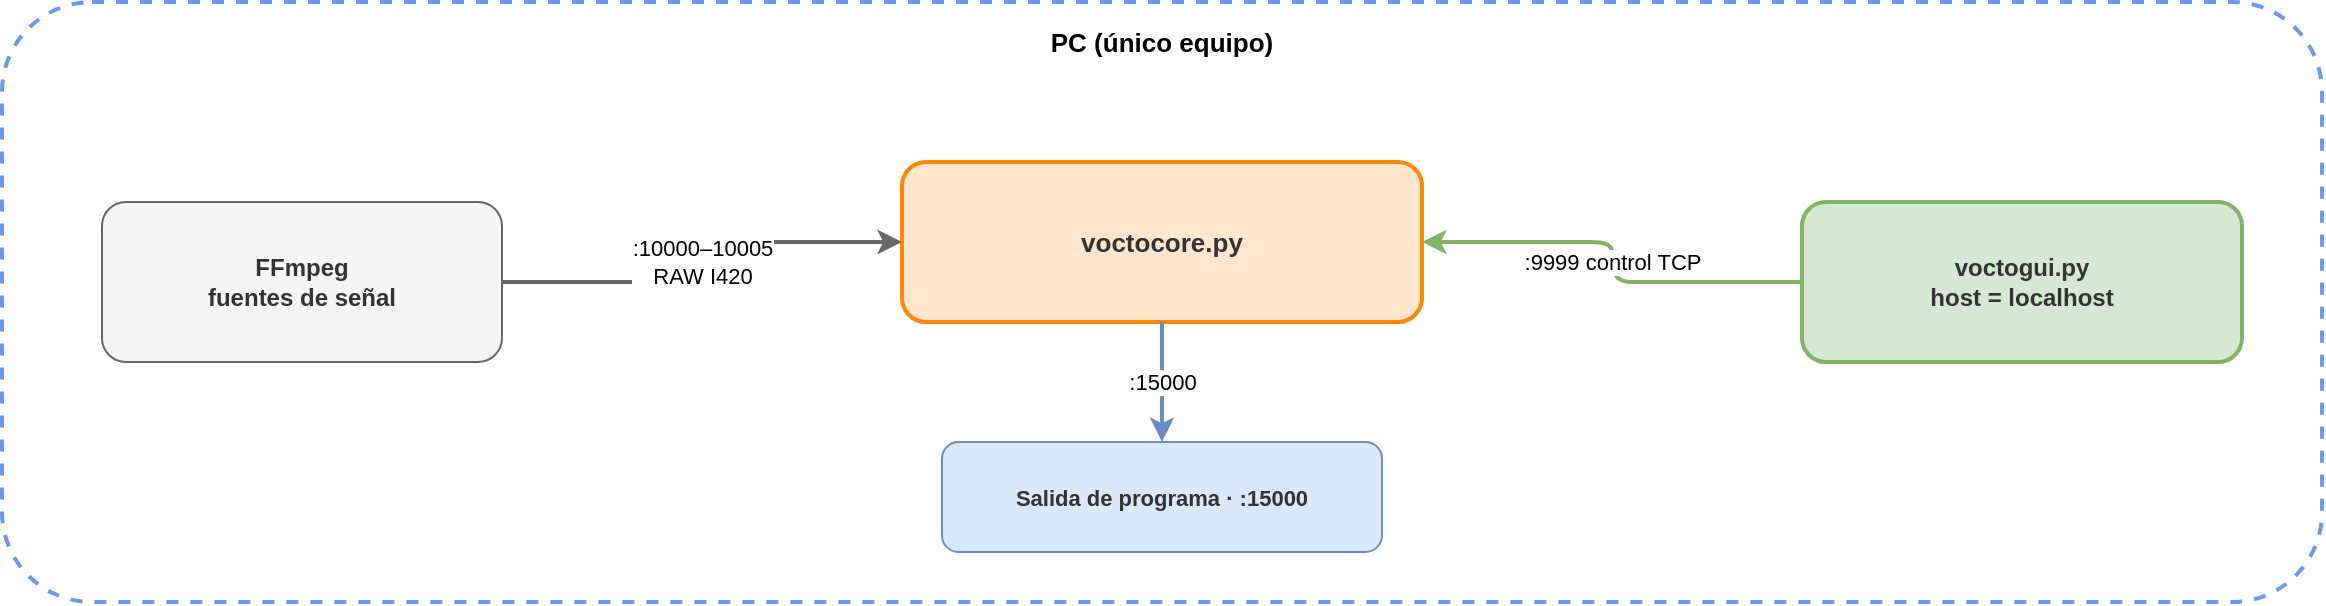
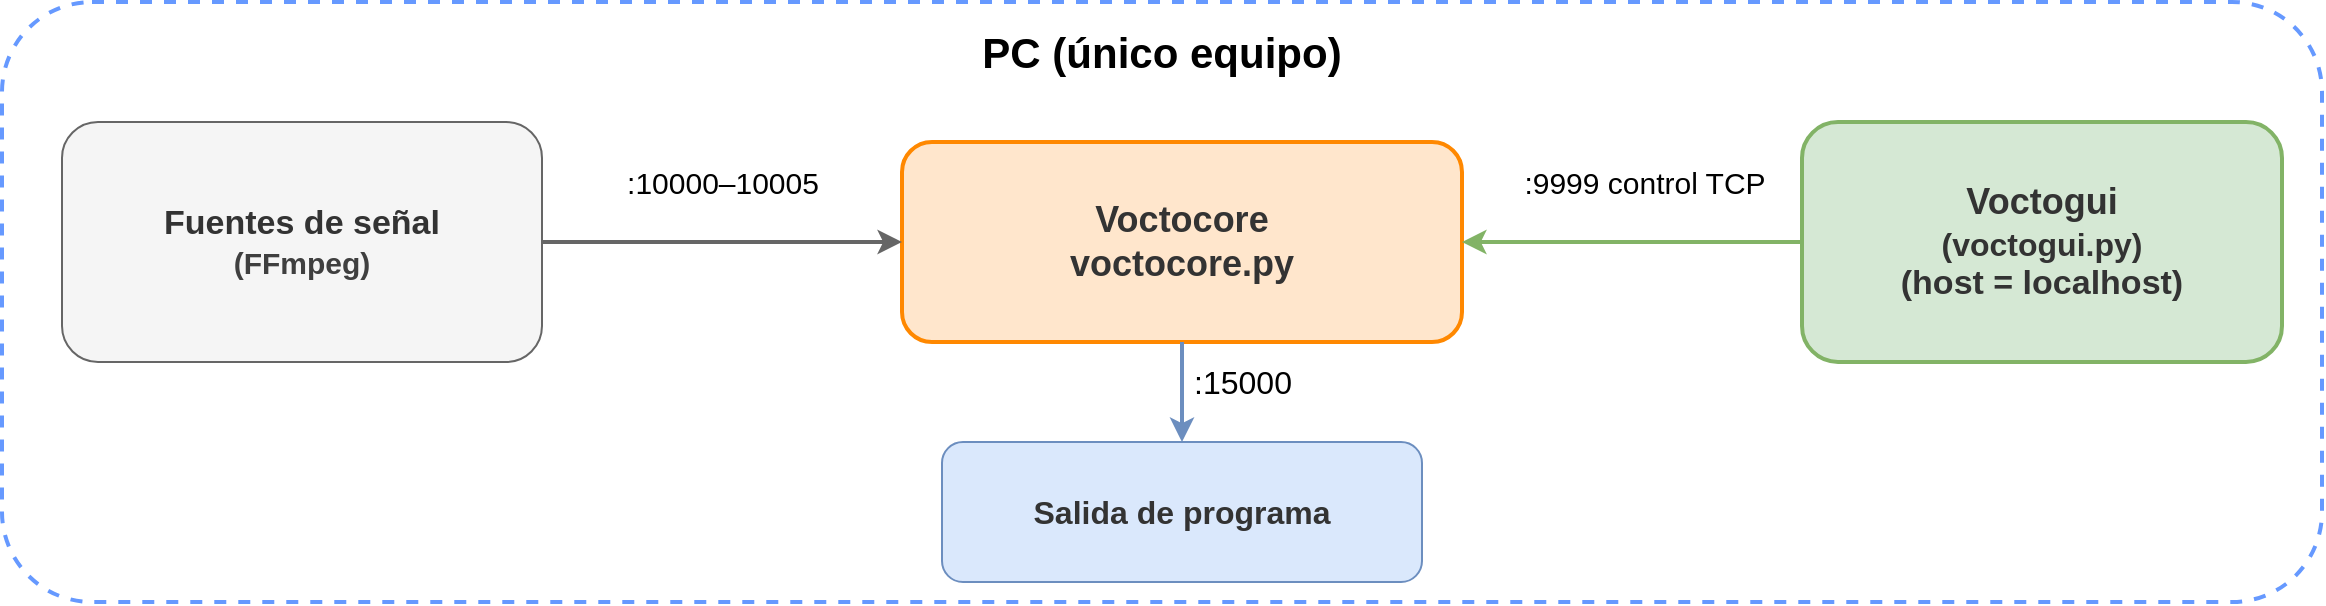
- <mxfile host="app.diagrams.net">
-   <diagram id="escenario_1pc" name="Escenario 1 PC">
-     <mxGraphModel dx="1200" dy="380" grid="1" gridSize="10" guides="1" tooltips="1" connect="1" arrows="1" fold="1" page="1" pageScale="1" pageWidth="1200" pageHeight="340" math="0" shadow="0">
-       <root>
-         <mxCell id="0"/>
-         <mxCell id="1" parent="0"/>
- 
-         <!-- PC container -->
-         <mxCell id="pc" value="PC (único equipo)" style="rounded=1;whiteSpace=wrap;html=1;fillColor=none;strokeColor=#6699FF;strokeWidth=2;dashed=1;fontSize=13;fontStyle=1;verticalAlign=top;spacingTop=6;align=center;" vertex="1" parent="1">
-           <mxGeometry x="20" y="20" width="1160" height="300" as="geometry"/>
-         </mxCell>
- 
-         <!-- FFmpeg sources -->
-         <mxCell id="ffmpeg" value="FFmpeg&#xa;fuentes de señal" style="rounded=1;whiteSpace=wrap;html=1;fillColor=#f5f5f5;strokeColor=#666666;fontColor=#333333;fontSize=12;fontStyle=1;" vertex="1" parent="1">
-           <mxGeometry x="70" y="120" width="200" height="80" as="geometry"/>
-         </mxCell>
- 
-         <!-- voctocore -->
-         <mxCell id="voctocore" value="voctocore.py" style="rounded=1;whiteSpace=wrap;html=1;fillColor=#FFE6CC;strokeColor=#FF8800;fontColor=#333333;fontSize=13;fontStyle=1;strokeWidth=2;" vertex="1" parent="1">
-           <mxGeometry x="470" y="100" width="260" height="80" as="geometry"/>
-         </mxCell>
- 
-         <!-- output -->
-         <mxCell id="output" value="Salida de programa · :15000" style="rounded=1;whiteSpace=wrap;html=1;fillColor=#dae8fc;strokeColor=#6c8ebf;fontColor=#333333;fontSize=11;fontStyle=1;" vertex="1" parent="1">
-           <mxGeometry x="490" y="240" width="220" height="55" as="geometry"/>
-         </mxCell>
- 
-         <!-- voctogui -->
-         <mxCell id="voctogui" value="voctogui.py&#xa;host = localhost" style="rounded=1;whiteSpace=wrap;html=1;fillColor=#d5e8d4;strokeColor=#82b366;fontColor=#333333;fontSize=12;fontStyle=1;strokeWidth=2;" vertex="1" parent="1">
-           <mxGeometry x="920" y="120" width="220" height="80" as="geometry"/>
-         </mxCell>
- 
-         <!-- Arrow: FFmpeg → voctocore -->
-         <mxCell id="a1" value=":10000–10005&#xa;RAW I420" style="edgeStyle=orthogonalEdgeStyle;html=1;fontSize=11;strokeWidth=2;strokeColor=#666666;exitX=1;exitY=0.5;exitDx=0;exitDy=0;entryX=0;entryY=0.5;entryDx=0;entryDy=0;" edge="1" source="ffmpeg" target="voctocore" parent="1">
-           <mxGeometry relative="1" as="geometry"/>
-         </mxCell>
- 
-         <!-- Arrow: voctocore → output -->
-         <mxCell id="a2" value=":15000" style="edgeStyle=orthogonalEdgeStyle;html=1;fontSize=11;strokeWidth=2;strokeColor=#6c8ebf;exitX=0.5;exitY=1;exitDx=0;exitDy=0;entryX=0.5;entryY=0;entryDx=0;entryDy=0;" edge="1" source="voctocore" target="output" parent="1">
-           <mxGeometry relative="1" as="geometry"/>
-         </mxCell>
- 
-         <!-- Arrow: voctogui ↔ voctocore (control) -->
-         <mxCell id="a3" value=":9999 control TCP" style="edgeStyle=orthogonalEdgeStyle;html=1;fontSize=11;strokeWidth=2;strokeColor=#82b366;exitX=0;exitY=0.5;exitDx=0;exitDy=0;entryX=1;entryY=0.5;entryDx=0;entryDy=0;" edge="1" source="voctogui" target="voctocore" parent="1">
-           <mxGeometry relative="1" as="geometry"/>
-         </mxCell>
- 
-       </root>
-     </mxGraphModel>
-   </diagram>
- </mxfile>
+ <mxfile host="65bd71144e">
+     <diagram id="escenario_1pc" name="Escenario 1 PC">
+         <mxGraphModel dx="751" dy="480" grid="1" gridSize="10" guides="1" tooltips="1" connect="1" arrows="1" fold="1" page="1" pageScale="1" pageWidth="1200" pageHeight="340" math="0" shadow="0">
+             <root>
+                 <mxCell id="0"/>
+                 <mxCell id="1" parent="0"/>
+                 <mxCell id="pc" value="&lt;font style=&quot;font-size: 21px;&quot;&gt;PC (único equipo)&lt;/font&gt;" style="rounded=1;whiteSpace=wrap;html=1;fillColor=none;strokeColor=#6699FF;strokeWidth=2;dashed=1;fontSize=13;fontStyle=1;verticalAlign=top;spacingTop=6;align=center;" parent="1" vertex="1">
+                     <mxGeometry x="20" y="20" width="1160" height="300" as="geometry"/>
+                 </mxCell>
+                 <mxCell id="ffmpeg" value="&lt;font style=&quot;font-size: 17px;&quot;&gt;Fuentes de señal&lt;/font&gt;&lt;div&gt;&lt;font style=&quot;font-size: 15px;&quot;&gt;&lt;span style=&quot;color: rgb(63, 63, 63);&quot;&gt;(FFmpeg)&lt;/span&gt;&lt;/font&gt;&lt;/div&gt;" style="rounded=1;whiteSpace=wrap;html=1;fillColor=#f5f5f5;strokeColor=#666666;fontColor=#333333;fontSize=12;fontStyle=1;" parent="1" vertex="1">
+                     <mxGeometry x="50" y="80" width="240" height="120" as="geometry"/>
+                 </mxCell>
+                 <mxCell id="voctocore" value="&lt;div&gt;&lt;font style=&quot;font-size: 18px;&quot;&gt;Voctocore&lt;/font&gt;&lt;/div&gt;&lt;font style=&quot;font-size: 18px;&quot;&gt;voctocore.py&lt;/font&gt;" style="rounded=1;whiteSpace=wrap;html=1;fillColor=#FFE6CC;strokeColor=#FF8800;fontColor=#333333;fontSize=13;fontStyle=1;strokeWidth=2;" parent="1" vertex="1">
+                     <mxGeometry x="470" y="90" width="280" height="100" as="geometry"/>
+                 </mxCell>
+                 <mxCell id="output" value="&lt;font style=&quot;font-size: 16px;&quot;&gt;Salida de programa&lt;/font&gt;" style="rounded=1;whiteSpace=wrap;html=1;fillColor=#dae8fc;strokeColor=#6c8ebf;fontColor=#333333;fontSize=11;fontStyle=1;" parent="1" vertex="1">
+                     <mxGeometry x="490" y="240" width="240" height="70" as="geometry"/>
+                 </mxCell>
+                 <mxCell id="voctogui" value="&lt;div&gt;&lt;font style=&quot;font-size: 18px;&quot;&gt;Voctogui&lt;/font&gt;&lt;/div&gt;&lt;font style=&quot;&quot;&gt;&lt;font style=&quot;font-size: 16px;&quot;&gt;(voctogui.py)&lt;br&gt;&lt;/font&gt;&lt;font style=&quot;font-size: 17px;&quot;&gt;(host = localhost)&lt;/font&gt;&lt;/font&gt;" style="rounded=1;whiteSpace=wrap;html=1;fillColor=#d5e8d4;strokeColor=#82b366;fontColor=#333333;fontSize=12;fontStyle=1;strokeWidth=2;" parent="1" vertex="1">
+                     <mxGeometry x="920" y="80" width="240" height="120" as="geometry"/>
+                 </mxCell>
+                 <mxCell id="a1" value="&lt;font style=&quot;font-size: 15px;&quot;&gt;:10000–10005&lt;br&gt;&lt;/font&gt;" style="edgeStyle=orthogonalEdgeStyle;html=1;fontSize=11;strokeWidth=2;strokeColor=#666666;exitX=1;exitY=0.5;exitDx=0;exitDy=0;entryX=0;entryY=0.5;entryDx=0;entryDy=0;" parent="1" source="ffmpeg" target="voctocore" edge="1">
+                     <mxGeometry x="-0.0065" y="30" relative="1" as="geometry">
+                         <mxPoint as="offset"/>
+                     </mxGeometry>
+                 </mxCell>
+                 <mxCell id="a2" value="&lt;font style=&quot;font-size: 16px;&quot;&gt;:15000&lt;/font&gt;" style="edgeStyle=orthogonalEdgeStyle;html=1;fontSize=11;strokeWidth=2;strokeColor=#6c8ebf;exitX=0.5;exitY=1;exitDx=0;exitDy=0;entryX=0.5;entryY=0;entryDx=0;entryDy=0;" parent="1" source="voctocore" target="output" edge="1">
+                     <mxGeometry x="-0.2" y="30" relative="1" as="geometry">
+                         <mxPoint as="offset"/>
+                     </mxGeometry>
+                 </mxCell>
+                 <mxCell id="a3" value="&lt;font style=&quot;font-size: 15px;&quot;&gt;:9999 control TCP&lt;/font&gt;" style="edgeStyle=orthogonalEdgeStyle;html=1;fontSize=11;strokeWidth=2;strokeColor=#82b366;exitX=0;exitY=0.5;exitDx=0;exitDy=0;entryX=1;entryY=0.5;entryDx=0;entryDy=0;" parent="1" source="voctogui" target="voctocore" edge="1">
+                     <mxGeometry x="0.1049" y="-33" relative="1" as="geometry">
+                         <mxPoint x="15" y="3" as="offset"/>
+                     </mxGeometry>
+                 </mxCell>
+             </root>
+         </mxGraphModel>
+     </diagram>
+ </mxfile>